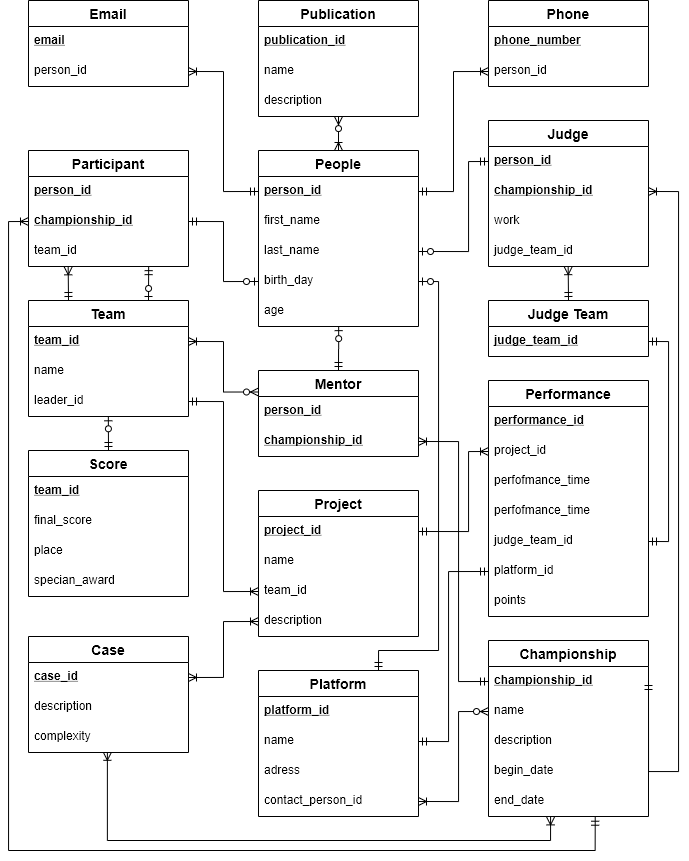
Above: images/ER-ER_v2.png in tolikttaaa/CourseProject_ISBD (draw.io), before the change. Source tidied: cells renumbered, new cells last; positions are measured from the earlier drawing's top-left corner, leaving out a move shared by most shapes.
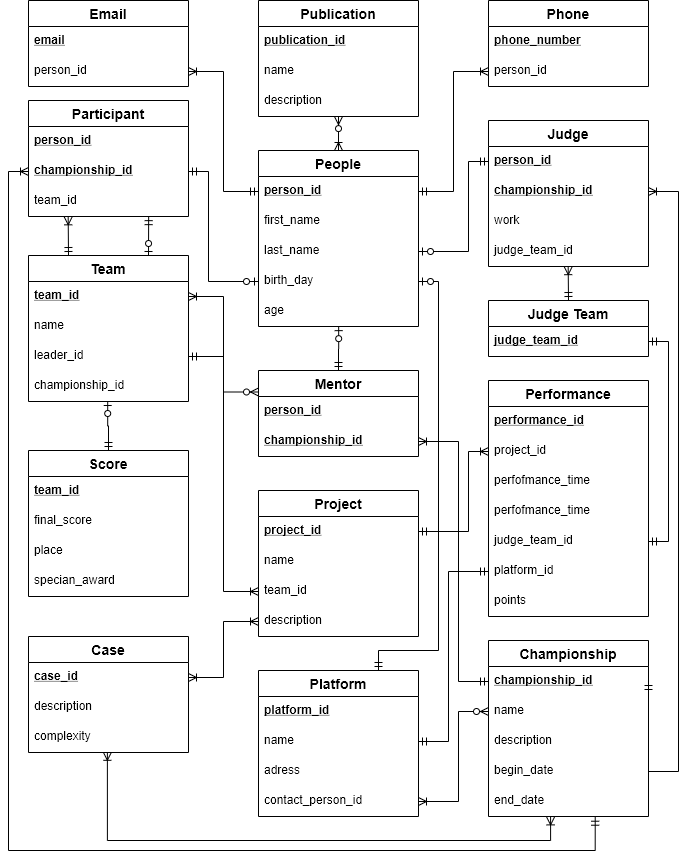
After the commit.

Change to the diagram source:
```diff
@@ -107,7 +107,7 @@
     <mxCell id="36" value="description" style="text;strokeColor=none;fillColor=none;spacingLeft=4;spacingRight=4;overflow=hidden;points=[[0,0.5],[1,0.5]];portConstraint=eastwest;fontSize=12;fontFamily=Helvetica;" parent="32" vertex="1">
       <mxGeometry y="116" width="160" height="30" as="geometry" />
     </mxCell>
-    <mxCell id="37" style="edgeStyle=orthogonalEdgeStyle;rounded=0;jettySize=auto;html=1;exitX=0.5;exitY=0;exitDx=0;exitDy=0;entryX=0.499;entryY=1.01;entryDx=0;entryDy=0;entryPerimeter=0;startArrow=ERmandOne;startFill=0;endArrow=ERzeroToOne;endFill=1;fontFamily=Helvetica;" parent="1" edge="1" source="38" target="50">
+    <mxCell id="37" style="edgeStyle=orthogonalEdgeStyle;rounded=0;jettySize=auto;html=1;exitX=0.5;exitY=0;exitDx=0;exitDy=0;entryX=0.495;entryY=1;entryDx=0;entryDy=0;entryPerimeter=0;startArrow=ERmandOne;startFill=0;endArrow=ERzeroToOne;endFill=1;fontFamily=Helvetica;" parent="1" edge="1" source="38" target="91">
       <mxGeometry relative="1" as="geometry" />
     </mxCell>
     <mxCell id="38" value="Score" style="swimlane;fontStyle=1;horizontal=1;startSize=26;align=center;fontSize=14;fontFamily=Helvetica;" parent="1" vertex="1">
@@ -138,7 +138,7 @@
       <mxGeometry relative="1" as="geometry" />
     </mxCell>
     <mxCell id="47" value="Team" style="swimlane;fontStyle=1;horizontal=1;startSize=26;align=center;fontSize=14;fontFamily=Helvetica;" parent="1" vertex="1">
-      <mxGeometry x="20" y="300" width="160" height="116" as="geometry" />
+      <mxGeometry x="20" y="255" width="160" height="146" as="geometry" />
     </mxCell>
     <mxCell id="48" value="team_id" style="text;strokeColor=none;fillColor=none;spacingLeft=4;spacingRight=4;overflow=hidden;points=[[0,0.5],[1,0.5]];portConstraint=eastwest;fontSize=12;fontFamily=Helvetica;fontStyle=5;" parent="47" vertex="1">
       <mxGeometry y="26" width="160" height="30" as="geometry" />
@@ -149,6 +149,9 @@
     <mxCell id="50" value="leader_id" style="text;strokeColor=none;fillColor=none;spacingLeft=4;spacingRight=4;overflow=hidden;points=[[0,0.5],[1,0.5]];portConstraint=eastwest;fontSize=12;fontFamily=Helvetica;" parent="47" vertex="1">
       <mxGeometry y="86" width="160" height="30" as="geometry" />
     </mxCell>
+    <mxCell id="91" value="championship_id" style="text;strokeColor=none;fillColor=none;spacingLeft=4;spacingRight=4;overflow=hidden;points=[[0,0.5],[1,0.5]];portConstraint=eastwest;fontSize=12;fontFamily=Helvetica;" parent="47" vertex="1">
+      <mxGeometry y="116" width="160" height="30" as="geometry" />
+    </mxCell>
     <mxCell id="51" value="Judge Team" style="swimlane;fontStyle=1;horizontal=1;startSize=26;align=center;fontSize=14;fontFamily=Helvetica;" parent="1" vertex="1">
       <mxGeometry x="480" y="300" width="160" height="56" as="geometry" />
     </mxCell>
@@ -171,7 +174,7 @@
       <mxGeometry y="116" width="160" height="30" as="geometry" />
     </mxCell>
     <mxCell id="58" value="Participant" style="swimlane;fontStyle=1;horizontal=1;startSize=26;align=center;fontSize=14;fontFamily=Helvetica;" parent="1" vertex="1">
-      <mxGeometry x="20" y="150" width="160" height="116" as="geometry" />
+      <mxGeometry x="20" y="100" width="160" height="116" as="geometry" />
     </mxCell>
     <mxCell id="59" value="person_id" style="text;strokeColor=none;fillColor=none;spacingLeft=4;spacingRight=4;overflow=hidden;fontSize=12;fontFamily=Helvetica;fontStyle=5;" parent="58" vertex="1">
       <mxGeometry y="26" width="160" height="30" as="geometry" />
@@ -261,7 +264,12 @@
       <mxGeometry relative="1" as="geometry" />
     </mxCell>
     <mxCell id="81" style="edgeStyle=orthogonalEdgeStyle;rounded=0;jettySize=auto;html=1;exitX=0;exitY=0.5;exitDx=0;exitDy=0;entryX=1;entryY=0.5;entryDx=0;entryDy=0;startArrow=ERzeroToOne;startFill=1;endArrow=ERmandOne;endFill=0;fontFamily=Helvetica;" parent="1" edge="1" source="7" target="60">
-      <mxGeometry relative="1" as="geometry" />
+      <mxGeometry relative="1" as="geometry">
+        <Array as="points">
+          <mxPoint x="200" y="281" />
+          <mxPoint x="200" y="171" />
+        </Array>
+      </mxGeometry>
     </mxCell>
     <mxCell id="82" style="edgeStyle=orthogonalEdgeStyle;rounded=0;jettySize=auto;html=1;exitX=0.498;exitY=1.006;exitDx=0;exitDy=0;entryX=0.5;entryY=0;entryDx=0;entryDy=0;startArrow=ERoneToMany;startFill=0;endArrow=ERmandOne;endFill=0;exitPerimeter=0;fontFamily=Helvetica;" parent="1" edge="1" source="57" target="51">
       <mxGeometry relative="1" as="geometry" />
@@ -280,7 +288,7 @@
     <mxCell id="85" style="edgeStyle=orthogonalEdgeStyle;rounded=0;jettySize=auto;html=1;exitX=0;exitY=0.5;exitDx=0;exitDy=0;entryX=0.667;entryY=1.024;entryDx=0;entryDy=0;entryPerimeter=0;startArrow=ERoneToMany;startFill=0;endArrow=ERmandOne;endFill=0;fontFamily=Helvetica;" parent="1" edge="1" source="60" target="19">
       <mxGeometry relative="1" as="geometry">
         <Array as="points">
-          <mxPoint y="221" />
+          <mxPoint y="171" />
           <mxPoint y="850" />
           <mxPoint x="587" y="850" />
         </Array>
```
